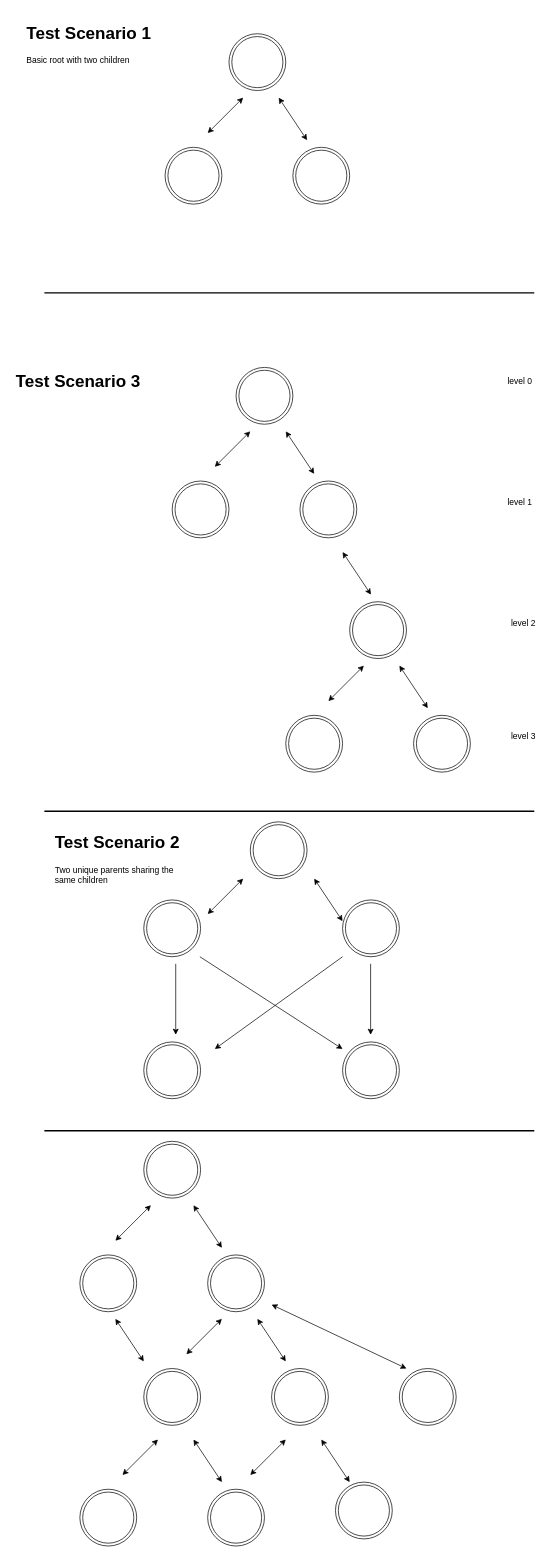
Before: GraphTypes.drawio in steve-torchia/sandbox, a draw.io diagram. Source tidied: cells renumbered, new cells numbered last; positions are measured from the earlier drawing's top-left corner, leaving out a move shared by most shapes. Both pictures are drawn from the tidied source at 71%, with x=0, y=0 at pixel (12, 19).
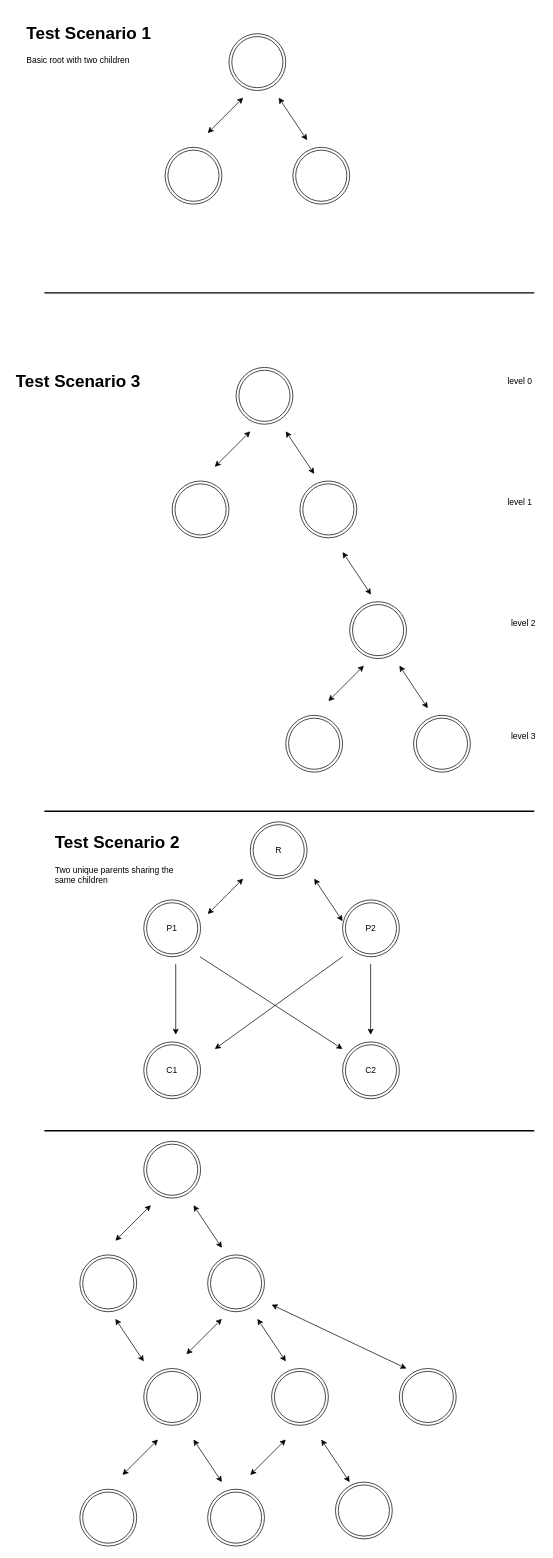
The same diagram, later.

The edit, as a diff of the source:
```diff
@@
+    <mxCell id="58" value="C1" style="text;html=1;strokeColor=none;fillColor=none;align=center;verticalAlign=middle;whiteSpace=wrap;rounded=0;" parent="1" vertex="1">
+      <mxGeometry x="205" y="1470" width="40" height="20" as="geometry" />
+    </mxCell>
+    <mxCell id="59" value="C2" style="text;html=1;strokeColor=none;fillColor=none;align=center;verticalAlign=middle;whiteSpace=wrap;rounded=0;" parent="1" vertex="1">
+      <mxGeometry x="485" y="1470" width="40" height="20" as="geometry" />
+    </mxCell>
+    <mxCell id="60" value="R" style="text;html=1;strokeColor=none;fillColor=none;align=center;verticalAlign=middle;whiteSpace=wrap;rounded=0;" parent="1" vertex="1">
+      <mxGeometry x="355" y="1160" width="40" height="20" as="geometry" />
+    </mxCell>
+    <mxCell id="61" value="P1" style="text;html=1;strokeColor=none;fillColor=none;align=center;verticalAlign=middle;whiteSpace=wrap;rounded=0;" parent="1" vertex="1">
+      <mxGeometry x="205" y="1270" width="40" height="20" as="geometry" />
+    </mxCell>
+    <mxCell id="62" value="P2" style="text;html=1;strokeColor=none;fillColor=none;align=center;verticalAlign=middle;whiteSpace=wrap;rounded=0;" parent="1" vertex="1">
+      <mxGeometry x="485" y="1270" width="40" height="20" as="geometry" />
+    </mxCell>
```
